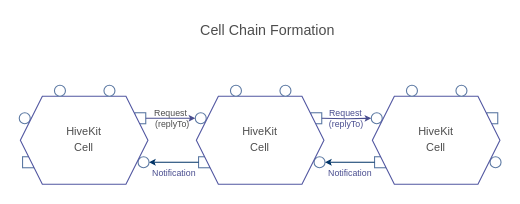
The draw.io diagram page "chain-formation" (3 of 9) of docs/hivekit.drawio in hiveot/hivekit, before the edit. Source tidied: cells renumbered, new cells numbered last; positions are measured from the earlier drawing's top-left corner, leaving out a move shared by most shapes. Both pictures are drawn from the tidied source at 110%, with x=0, y=0 at pixel (19, 19).
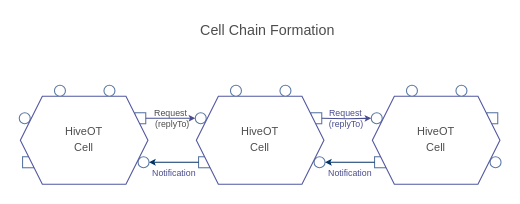
After the change.

The change refers to these unchanged cells:
```xml
<mxCell id="3" style="group;" parent="1" vertex="1">
  <mxGeometry y="60" width="118" height="90" as="geometry" />
</mxCell>
<mxCell id="11" style="group;" parent="1" vertex="1">
  <mxGeometry x="160" y="60" width="118" height="90" as="geometry" />
</mxCell>
<mxCell id="24" style="group;" parent="1" vertex="1">
  <mxGeometry x="320" y="60" width="118" height="90" as="geometry" />
</mxCell>
```

The edit, as a diff of the source:
```diff
@@
-    <mxCell id="8" value="&lt;font style=&quot;color: rgb(77, 77, 77); font-size: 10px;&quot;&gt;HiveKit&lt;/font&gt;&lt;div style=&quot;font-size: 12px;&quot;&gt;&lt;font style=&quot;color: rgb(77, 77, 77); font-size: 10px;&quot;&gt;Cell&lt;/font&gt;&lt;/div&gt;" style="shape=hexagon;perimeter=hexagonPerimeter2;whiteSpace=wrap;html=1;fixedSize=1;rounded=0;glass=0;comic=0;strokeColor=#5257A1;fontSize=6;movableLabel=1;" parent="3" vertex="1">
+    <mxCell id="8" value="&lt;font style=&quot;color: rgb(77, 77, 77); font-size: 10px;&quot;&gt;HiveOT&lt;/font&gt;&lt;div style=&quot;font-size: 12px;&quot;&gt;&lt;font style=&quot;color: rgb(77, 77, 77); font-size: 10px;&quot;&gt;Cell&lt;/font&gt;&lt;/div&gt;" style="shape=hexagon;perimeter=hexagonPerimeter2;whiteSpace=wrap;html=1;fixedSize=1;rounded=0;glass=0;comic=0;strokeColor=#5257A1;fontSize=6;movableLabel=1;" parent="3" vertex="1">
       <mxGeometry x="1" y="10" width="116" height="80" as="geometry" />
     </mxCell>
@@
-    <mxCell id="16" value="&lt;font style=&quot;color: rgb(77, 77, 77); font-size: 10px;&quot;&gt;HiveKit&lt;/font&gt;&lt;div style=&quot;font-size: 12px;&quot;&gt;&lt;font style=&quot;color: rgb(77, 77, 77); font-size: 10px;&quot;&gt;Cell&lt;/font&gt;&lt;/div&gt;" style="shape=hexagon;perimeter=hexagonPerimeter2;whiteSpace=wrap;html=1;fixedSize=1;rounded=0;glass=0;comic=0;strokeColor=#5257A1;fontSize=6;movableLabel=1;" parent="11" vertex="1">
+    <mxCell id="16" value="&lt;font style=&quot;color: rgb(77, 77, 77); font-size: 10px;&quot;&gt;HiveOT&lt;/font&gt;&lt;div style=&quot;font-size: 12px;&quot;&gt;&lt;font style=&quot;color: rgb(77, 77, 77); font-size: 10px;&quot;&gt;Cell&lt;/font&gt;&lt;/div&gt;" style="shape=hexagon;perimeter=hexagonPerimeter2;whiteSpace=wrap;html=1;fixedSize=1;rounded=0;glass=0;comic=0;strokeColor=#5257A1;fontSize=6;movableLabel=1;" parent="11" vertex="1">
       <mxGeometry x="1" y="10" width="116" height="80" as="geometry" />
     </mxCell>
@@
-    <mxCell id="29" value="&lt;font style=&quot;color: rgb(77, 77, 77); font-size: 10px;&quot;&gt;HiveKit&lt;/font&gt;&lt;div style=&quot;font-size: 12px;&quot;&gt;&lt;font style=&quot;color: rgb(77, 77, 77); font-size: 10px;&quot;&gt;Cell&lt;/font&gt;&lt;/div&gt;" style="shape=hexagon;perimeter=hexagonPerimeter2;whiteSpace=wrap;html=1;fixedSize=1;rounded=0;glass=0;comic=0;strokeColor=#5257A1;fontSize=6;movableLabel=1;" parent="24" vertex="1">
+    <mxCell id="29" value="&lt;font style=&quot;color: rgb(77, 77, 77); font-size: 10px;&quot;&gt;HiveOT&lt;/font&gt;&lt;div style=&quot;font-size: 12px;&quot;&gt;&lt;font style=&quot;color: rgb(77, 77, 77); font-size: 10px;&quot;&gt;Cell&lt;/font&gt;&lt;/div&gt;" style="shape=hexagon;perimeter=hexagonPerimeter2;whiteSpace=wrap;html=1;fixedSize=1;rounded=0;glass=0;comic=0;strokeColor=#5257A1;fontSize=6;movableLabel=1;" parent="24" vertex="1">
       <mxGeometry x="1" y="10" width="116" height="80" as="geometry" />
     </mxCell>
```
